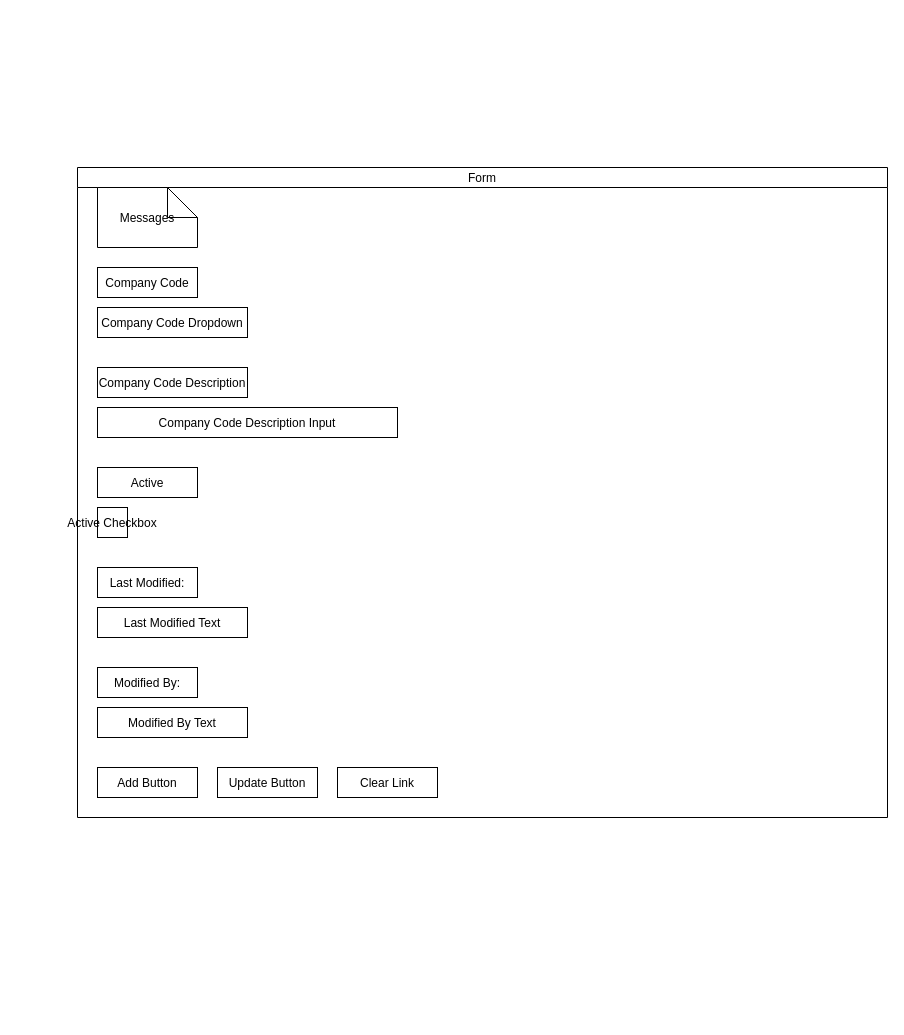
Above: output/CompanyType.drawio in ConradBoydElliottGustafson/ai_req_fmdb (draw.io), before the change. Source tidied: cells renumbered, new cells numbered last; positions are measured from the earlier drawing's top-left corner, leaving out a move shared by most shapes. Both pictures are drawn from the tidied source at 100%, with x=0, y=0 at pixel (77, 167).
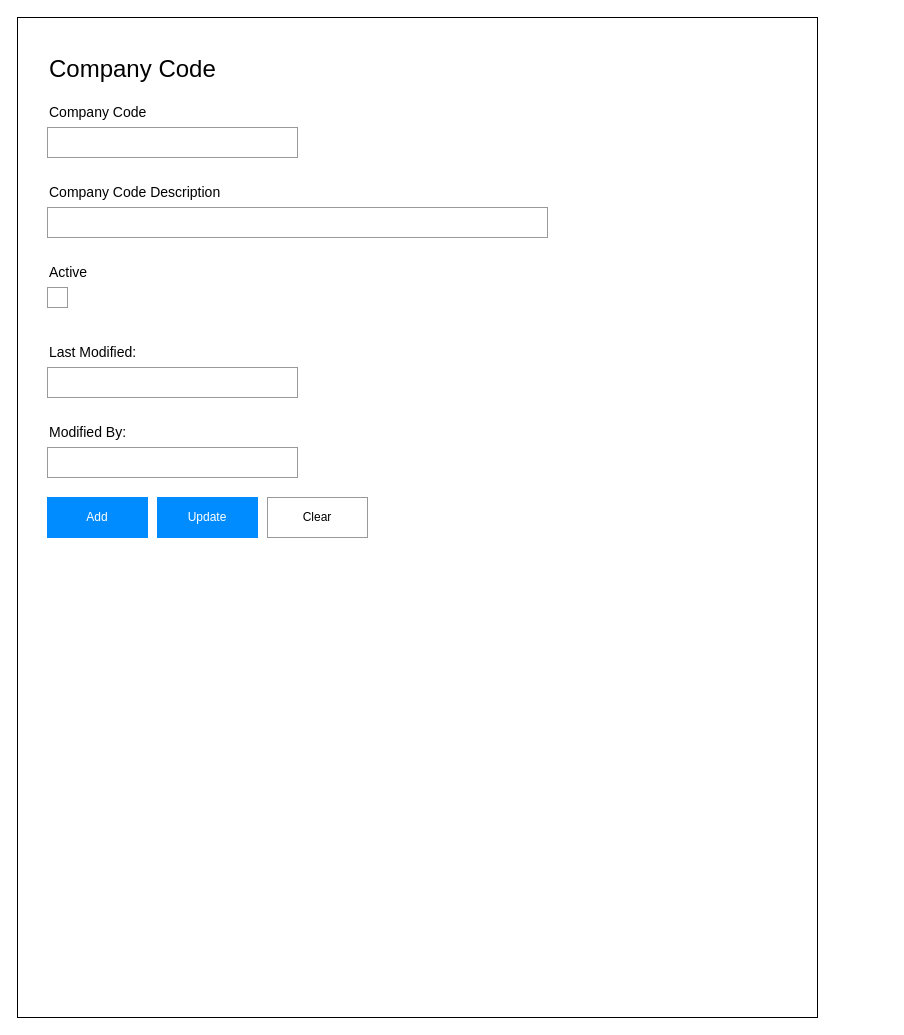
Above is the later version.

Commit message (it also covers changes not shown here):
Drawio output from Company Type jsf file and web design standards document

Change to the diagram source:
```diff
@@
 <mxGraphModel>
   <root>
     <mxCell id="0" />
     <mxCell id="1" parent="0" />
-    <mxCell id="2" value="Form" style="shape=swimlane;startSize=20;" parent="1" vertex="1">
-      <mxGeometry width="810" height="650" as="geometry" />
-    </mxCell>
-    <mxCell id="3" value="Messages" style="shape=note;" parent="2" vertex="1">
-      <mxGeometry x="20" y="20" width="100" height="60" as="geometry" />
-    </mxCell>
+    <mxCell id="17" style="shape=rectangle;whiteSpace=wrap;html=1;strokeColor=#000000;fillColor=#ffffff;" parent="1" vertex="1">
+      <mxGeometry x="-60" y="-150" width="800" height="1000" as="geometry" />
+    </mxCell>
+    <mxCell id="18" value="Company Code" style="text;strokeColor=none;fillColor=none;fontSize=24;fontColor=#000000;" parent="17" vertex="1">
+      <mxGeometry x="30" y="30" width="200" height="40" as="geometry" />
+    </mxCell>
-    <mxCell id="4" value="Company Code" style="shape=label;" parent="2" vertex="1">
-      <mxGeometry x="20" y="100" width="100" height="30" as="geometry" />
+    <mxCell id="4" value="Company Code" style="text;strokeColor=none;fillColor=none;fontSize=14;fontColor=#000000;" parent="17" vertex="1">
+      <mxGeometry x="30" y="80" width="200" height="20" as="geometry" />
     </mxCell>
-    <mxCell id="5" value="Company Code Dropdown" style="shape=rectangle;" parent="2" vertex="1">
-      <mxGeometry x="20" y="140" width="150" height="30" as="geometry" />
+    <mxCell id="5" style="shape=rectangle;whiteSpace=wrap;html=1;strokeColor=#999999;fillColor=#ffffff;" parent="17" vertex="1">
+      <mxGeometry x="30" y="110" width="250" height="30" as="geometry" />
     </mxCell>
-    <mxCell id="6" value="Company Code Description" style="shape=label;" parent="2" vertex="1">
-      <mxGeometry x="20" y="200" width="150" height="30" as="geometry" />
+    <mxCell id="6" value="Company Code Description" style="text;strokeColor=none;fillColor=none;fontSize=14;fontColor=#000000;" parent="17" vertex="1">
+      <mxGeometry x="30" y="160" width="200" height="20" as="geometry" />
     </mxCell>
-    <mxCell id="7" value="Company Code Description Input" style="shape=rectangle;" parent="2" vertex="1">
-      <mxGeometry x="20" y="240" width="300" height="30" as="geometry" />
-    </mxCell>
+    <mxCell id="19" style="shape=rectangle;whiteSpace=wrap;html=1;strokeColor=#999999;fillColor=#ffffff;" parent="17" vertex="1">
+      <mxGeometry x="30" y="190" width="500" height="30" as="geometry" />
+    </mxCell>
-    <mxCell id="8" value="Active" style="shape=label;" parent="2" vertex="1">
-      <mxGeometry x="20" y="300" width="100" height="30" as="geometry" />
+    <mxCell id="8" value="Active" style="text;strokeColor=none;fillColor=none;fontSize=14;fontColor=#000000;" parent="17" vertex="1">
+      <mxGeometry x="30" y="240" width="200" height="20" as="geometry" />
     </mxCell>
-    <mxCell id="9" value="Active Checkbox" style="shape=rectangle;" parent="2" vertex="1">
-      <mxGeometry x="20" y="340" width="30" height="30" as="geometry" />
+    <mxCell id="9" style="shape=rectangle;whiteSpace=wrap;html=1;strokeColor=#999999;fillColor=#ffffff;" parent="17" vertex="1">
+      <mxGeometry x="30" y="270" width="20" height="20" as="geometry" />
     </mxCell>
-    <mxCell id="10" value="Last Modified:" style="shape=label;" parent="2" vertex="1">
-      <mxGeometry x="20" y="400" width="100" height="30" as="geometry" />
+    <mxCell id="10" value="Last Modified:" style="text;strokeColor=none;fillColor=none;fontSize=14;fontColor=#000000;" parent="17" vertex="1">
+      <mxGeometry x="30" y="320" width="200" height="20" as="geometry" />
     </mxCell>
-    <mxCell id="11" value="Last Modified Text" style="shape=rectangle;" parent="2" vertex="1">
-      <mxGeometry x="20" y="440" width="150" height="30" as="geometry" />
+    <mxCell id="11" style="shape=rectangle;whiteSpace=wrap;html=1;strokeColor=#999999;fillColor=#ffffff;" parent="17" vertex="1">
+      <mxGeometry x="30" y="350" width="250" height="30" as="geometry" />
     </mxCell>
-    <mxCell id="12" value="Modified By:" style="shape=label;" parent="2" vertex="1">
-      <mxGeometry x="20" y="500" width="100" height="30" as="geometry" />
+    <mxCell id="12" value="Modified By:" style="text;strokeColor=none;fillColor=none;fontSize=14;fontColor=#000000;" parent="17" vertex="1">
+      <mxGeometry x="30" y="400" width="200" height="20" as="geometry" />
     </mxCell>
-    <mxCell id="13" value="Modified By Text" style="shape=rectangle;" parent="2" vertex="1">
-      <mxGeometry x="20" y="540" width="150" height="30" as="geometry" />
+    <mxCell id="13" style="shape=rectangle;whiteSpace=wrap;html=1;strokeColor=#999999;fillColor=#ffffff;" parent="17" vertex="1">
+      <mxGeometry x="30" y="430" width="250" height="30" as="geometry" />
     </mxCell>
-    <mxCell id="14" value="Add Button" style="shape=rectangle;" parent="2" vertex="1">
-      <mxGeometry x="20" y="600" width="100" height="30" as="geometry" />
+    <mxCell id="14" value="Add" style="shape=rectangle;whiteSpace=wrap;html=1;strokeColor=#008cff;fillColor=#008cff;fontColor=#ffffff;" parent="17" vertex="1">
+      <mxGeometry x="30" y="480" width="100" height="40" as="geometry" />
     </mxCell>
-    <mxCell id="15" value="Update Button" style="shape=rectangle;" parent="2" vertex="1">
-      <mxGeometry x="140" y="600" width="100" height="30" as="geometry" />
+    <mxCell id="15" value="Update" style="shape=rectangle;whiteSpace=wrap;html=1;strokeColor=#008cff;fillColor=#008cff;fontColor=#ffffff;" parent="17" vertex="1">
+      <mxGeometry x="140" y="480" width="100" height="40" as="geometry" />
     </mxCell>
-    <mxCell id="16" value="Clear Link" style="shape=rectangle;" parent="2" vertex="1">
-      <mxGeometry x="260" y="600" width="100" height="30" as="geometry" />
-    </mxCell>
+    <mxCell id="20" value="Clear" style="shape=rectangle;whiteSpace=wrap;html=1;strokeColor=#999999;fillColor=#ffffff;" parent="17" vertex="1">
+      <mxGeometry x="250" y="480" width="100" height="40" as="geometry" />
+    </mxCell>
   </root>
 </mxGraphModel>
```
